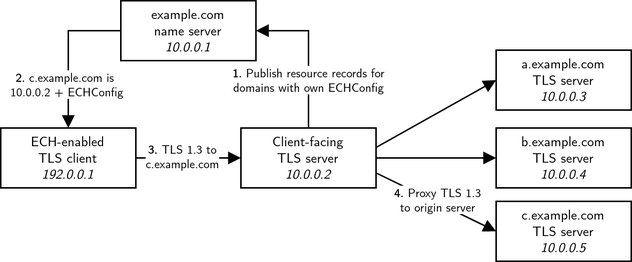
Earlier version of the draw.io export report/images/ech-split-mode.png (tedski999/dissertation). Source tidied: cells renumbered, new cells last; positions are measured from the earlier drawing's top-left corner, leaving out a move shared by most shapes.
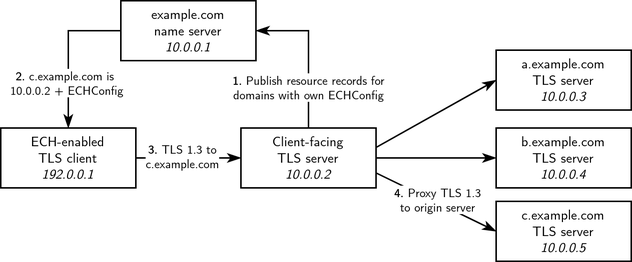
The same file after the commit.

Change to the diagram source:
```diff
@@ -2,7 +2,7 @@
   <root>
     <mxCell id="0" />
     <mxCell id="1" parent="0" />
-    <mxCell id="2" style="edgeStyle=orthogonalEdgeStyle;rounded=0;jettySize=auto;html=1;exitX=0;exitY=0.5;exitDx=0;exitDy=0;entryX=0.5;entryY=0;entryDx=0;entryDy=0;endArrow=block;endFill=1;" parent="1" edge="1" source="15" target="5">
+    <mxCell id="2" style="edgeStyle=orthogonalEdgeStyle;rounded=0;jettySize=auto;html=1;exitX=0;exitY=0.5;exitDx=0;exitDy=0;entryX=0.5;entryY=0;entryDx=0;entryDy=0;endArrow=classicThin;endFill=1;" parent="1" edge="1" source="15" target="5">
       <mxGeometry relative="1" as="geometry" />
     </mxCell>
     <mxCell id="3" value="&lt;font style=&quot;font-size: 8px;&quot;&gt;&lt;b&gt;2.&lt;/b&gt; c.example.com is&amp;nbsp;&lt;/font&gt;&lt;div style=&quot;font-size: 8px;&quot;&gt;&lt;font style=&quot;font-size: 8px;&quot;&gt;10.0.0.2 + ECHConfig&lt;/font&gt;&lt;/div&gt;" style="edgeLabel;html=1;align=center;verticalAlign=middle;fontFamily=Computer Modern;fontSource=http%3A%2F%2Fmirrors.ctan.org%2Ffonts%2Fcm-unicode%2Ffonts%2Fotf%2Fcmunss.otf;fontSize=8;" parent="2" vertex="1">
@@ -10,13 +10,13 @@
         <mxPoint y="3" as="offset" />
       </mxGeometry>
     </mxCell>
-    <mxCell id="4" style="edgeStyle=orthogonalEdgeStyle;rounded=0;jettySize=auto;html=1;exitX=1;exitY=0.5;exitDx=0;exitDy=0;entryX=0;entryY=0.5;entryDx=0;entryDy=0;endArrow=block;endFill=1;" parent="1" edge="1" source="5" target="7">
+    <mxCell id="4" style="edgeStyle=orthogonalEdgeStyle;rounded=0;jettySize=auto;html=1;exitX=1;exitY=0.5;exitDx=0;exitDy=0;entryX=0;entryY=0.5;entryDx=0;entryDy=0;endArrow=classicThin;endFill=1;" parent="1" edge="1" source="5" target="7">
       <mxGeometry relative="1" as="geometry" />
     </mxCell>
     <mxCell id="5" value="&lt;div&gt;ECH-enabled&lt;br&gt;&lt;/div&gt;&lt;div&gt;TLS client&lt;/div&gt;&lt;i&gt;192.0.0.1&lt;/i&gt;" style="rounded=0;whiteSpace=wrap;html=1;fontSize=9;fontFamily=Computer Modern;fontSource=http%3A%2F%2Fmirrors.ctan.org%2Ffonts%2Fcm-unicode%2Ffonts%2Fotf%2Fcmunss.otf;" parent="1" vertex="1">
       <mxGeometry y="85" width="90" height="40" as="geometry" />
     </mxCell>
-    <mxCell id="6" style="edgeStyle=orthogonalEdgeStyle;rounded=0;jettySize=auto;html=1;exitX=0.5;exitY=0;exitDx=0;exitDy=0;entryX=1;entryY=0.5;entryDx=0;entryDy=0;endArrow=block;endFill=1;" parent="1" edge="1" source="7" target="15">
+    <mxCell id="6" style="edgeStyle=orthogonalEdgeStyle;rounded=0;jettySize=auto;html=1;exitX=0.5;exitY=0;exitDx=0;exitDy=0;entryX=1;entryY=0.5;entryDx=0;entryDy=0;endArrow=classicThin;endFill=1;" parent="1" edge="1" source="7" target="15">
       <mxGeometry relative="1" as="geometry" />
     </mxCell>
     <mxCell id="7" value="&lt;div&gt;Client-facing&lt;/div&gt;&lt;div&gt;TLS server&lt;/div&gt;&lt;div&gt;&lt;i&gt;10.0.0.2&lt;/i&gt;&lt;br&gt;&lt;/div&gt;" style="rounded=0;whiteSpace=wrap;html=1;fontSize=9;fontFamily=Computer Modern;fontSource=http%3A%2F%2Fmirrors.ctan.org%2Ffonts%2Fcm-unicode%2Ffonts%2Fotf%2Fcmunss.otf;" parent="1" vertex="1">
@@ -31,19 +31,19 @@
     <mxCell id="10" value="&lt;div&gt;c.example.com&lt;br&gt;&lt;/div&gt;&lt;div&gt;TLS server&lt;br&gt;&lt;/div&gt;&lt;div&gt;&lt;i&gt;10.0.0.5&lt;/i&gt;&lt;/div&gt;" style="rounded=0;whiteSpace=wrap;html=1;fontSize=9;fontFamily=Computer Modern;fontSource=http%3A%2F%2Fmirrors.ctan.org%2Ffonts%2Fcm-unicode%2Ffonts%2Fotf%2Fcmunss.otf;" parent="1" vertex="1">
       <mxGeometry x="330" y="134" width="90" height="40" as="geometry" />
     </mxCell>
-    <mxCell id="11" style="endArrow=block;startArrow=none;html=1;rounded=0;exitX=1;exitY=0.25;exitDx=0;exitDy=0;entryX=0;entryY=0.5;entryDx=0;entryDy=0;endFill=1;startFill=0;fontFamily=Computer Modern;fontSource=http%3A%2F%2Fmirrors.ctan.org%2Ffonts%2Fcm-unicode%2Ffonts%2Fotf%2Fcmunss.otf;" parent="1" edge="1" target="8">
+    <mxCell id="11" style="endArrow=classicThin;startArrow=none;html=1;rounded=0;exitX=1;exitY=0.25;exitDx=0;exitDy=0;entryX=0;entryY=0.5;entryDx=0;entryDy=0;endFill=1;startFill=0;fontFamily=Computer Modern;fontSource=http%3A%2F%2Fmirrors.ctan.org%2Ffonts%2Fcm-unicode%2Ffonts%2Fotf%2Fcmunss.otf;" parent="1" edge="1" target="8">
       <mxGeometry relative="1" as="geometry">
         <mxPoint x="250" y="98" as="sourcePoint" />
       </mxGeometry>
     </mxCell>
-    <mxCell id="12" style="endArrow=block;startArrow=none;html=1;rounded=0;exitX=1;exitY=0.5;exitDx=0;exitDy=0;entryX=0;entryY=0.5;entryDx=0;entryDy=0;endFill=1;startFill=0;fontFamily=Computer Modern;fontSource=http%3A%2F%2Fmirrors.ctan.org%2Ffonts%2Fcm-unicode%2Ffonts%2Fotf%2Fcmunss.otf;" parent="1" edge="1" source="7" target="9">
+    <mxCell id="12" style="endArrow=classicThin;startArrow=none;html=1;rounded=0;exitX=1;exitY=0.5;exitDx=0;exitDy=0;entryX=0;entryY=0.5;entryDx=0;entryDy=0;endFill=1;startFill=0;fontFamily=Computer Modern;fontSource=http%3A%2F%2Fmirrors.ctan.org%2Ffonts%2Fcm-unicode%2Ffonts%2Fotf%2Fcmunss.otf;" parent="1" edge="1" source="7" target="9">
       <mxGeometry relative="1" as="geometry" />
     </mxCell>
-    <mxCell id="13" style="endArrow=block;startArrow=none;html=1;rounded=0;exitX=1;exitY=0.75;exitDx=0;exitDy=0;entryX=0;entryY=0.5;entryDx=0;entryDy=0;endFill=1;startFill=0;fontFamily=Computer Modern;fontSource=http%3A%2F%2Fmirrors.ctan.org%2Ffonts%2Fcm-unicode%2Ffonts%2Fotf%2Fcmunss.otf;" parent="1" edge="1" source="7" target="10">
+    <mxCell id="13" style="endArrow=classicThin;startArrow=none;html=1;rounded=0;exitX=1;exitY=0.75;exitDx=0;exitDy=0;entryX=0;entryY=0.5;entryDx=0;entryDy=0;endFill=1;startFill=0;fontFamily=Computer Modern;fontSource=http%3A%2F%2Fmirrors.ctan.org%2Ffonts%2Fcm-unicode%2Ffonts%2Fotf%2Fcmunss.otf;" parent="1" edge="1" source="7" target="10">
       <mxGeometry relative="1" as="geometry" />
     </mxCell>
     <mxCell id="14" value="&lt;div style=&quot;font-size: 8px;&quot;&gt;&lt;font style=&quot;font-size: 8px;&quot;&gt;&lt;b&gt;1.&lt;/b&gt; Publish resource records for&lt;/font&gt;&lt;/div&gt;&lt;div style=&quot;font-size: 8px;&quot;&gt;&lt;font style=&quot;font-size: 8px;&quot;&gt;domains with own ECHConfig&lt;br style=&quot;font-size: 8px;&quot;&gt;&lt;/font&gt;&lt;/div&gt;" style="edgeLabel;html=1;align=center;verticalAlign=middle;fontFamily=Computer Modern;fontSource=http%3A%2F%2Fmirrors.ctan.org%2Ffonts%2Fcm-unicode%2Ffonts%2Fotf%2Fcmunss.otf;fontSize=8;" parent="1" vertex="1">
-      <mxGeometry x="205" y="53" as="geometry" />
+      <mxGeometry x="205" y="58" as="geometry" />
     </mxCell>
     <mxCell id="15" value="&lt;div style=&quot;font-size: 9px;&quot;&gt;example.com&lt;/div&gt;&lt;div style=&quot;font-size: 9px;&quot;&gt;name server&lt;/div&gt;&lt;div style=&quot;font-size: 9px;&quot;&gt;&lt;i&gt;10.0.0.1&lt;/i&gt;&lt;br style=&quot;font-size: 9px;&quot;&gt;&lt;/div&gt;" style="rounded=0;whiteSpace=wrap;html=1;fontSize=9;fontFamily=Computer Modern;fontSource=http%3A%2F%2Fmirrors.ctan.org%2Ffonts%2Fcm-unicode%2Ffonts%2Fotf%2Fcmunss.otf;" parent="1" vertex="1">
       <mxGeometry x="80" width="90" height="40" as="geometry" />
```
